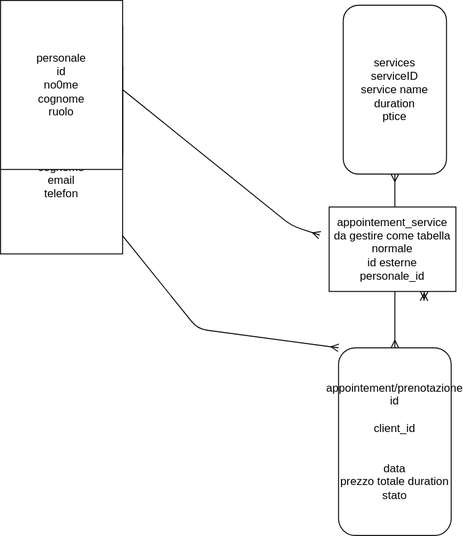
Before: Back-end-progetto/dbdesign.drawio.svg, a diagram exported from draw.io (RiccardoAD/epicode-full-stack-ptoject). Source tidied: cells renumbered, new cells last; positions are measured from the earlier drawing's top-left corner, leaving out a move shared by most shapes.
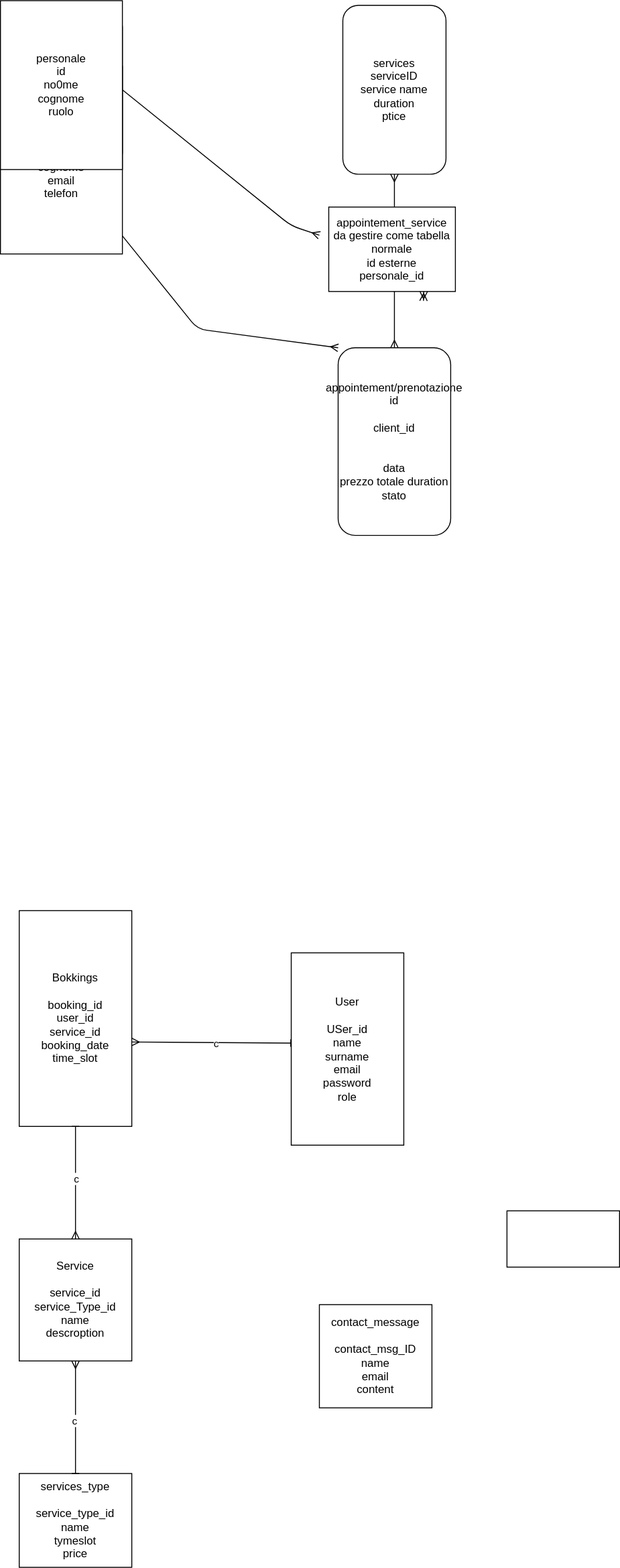
Above is the later version.

Change to the diagram source:
```diff
@@ -43,5 +43,34 @@
         </Array>
       </mxGeometry>
     </mxCell>
+    <mxCell id="12" value="Bokkings&lt;br&gt;&lt;br&gt;booking_id&lt;br&gt;user_id&lt;br&gt;service_id&lt;br&gt;booking_date&lt;br&gt;time_slot" style="whiteSpace=wrap;html=1;" parent="1" vertex="1">
+      <mxGeometry x="20" y="970" width="120" height="230" as="geometry" />
+    </mxCell>
+    <mxCell id="13" value="User&lt;br&gt;&lt;br&gt;USer_id&lt;br&gt;name&lt;br&gt;surname&lt;br&gt;email&lt;br&gt;password&lt;br&gt;role" style="whiteSpace=wrap;html=1;" parent="1" vertex="1">
+      <mxGeometry x="310" y="1015" width="120" height="205" as="geometry" />
+    </mxCell>
+    <mxCell id="14" value="contact_message&lt;br&gt;&lt;br&gt;contact_msg_ID&lt;br&gt;name&lt;br&gt;email&lt;br&gt;content" style="whiteSpace=wrap;html=1;" parent="1" vertex="1">
+      <mxGeometry x="340" y="1390" width="120" height="110" as="geometry" />
+    </mxCell>
+    <mxCell id="15" style="whiteSpace=wrap;html=1;" parent="1" vertex="1">
+      <mxGeometry x="540" y="1290" width="120" height="60" as="geometry" />
+    </mxCell>
+    <mxCell id="16" value="Service&lt;br&gt;&lt;br&gt;service_id&lt;br&gt;service_Type_id&lt;br&gt;name&amp;nbsp;&lt;br&gt;descroption" style="whiteSpace=wrap;html=1;" parent="1" vertex="1">
+      <mxGeometry x="20" y="1320" width="120" height="130" as="geometry" />
+    </mxCell>
+    <mxCell id="17" value="services_type&lt;br&gt;&lt;br&gt;service_type_id&lt;br&gt;name&lt;br&gt;tymeslot&lt;br&gt;price" style="whiteSpace=wrap;html=1;" parent="1" vertex="1">
+      <mxGeometry x="20" y="1570" width="120" height="100" as="geometry" />
+    </mxCell>
+    <mxCell id="18" value="c" style="edgeStyle=none;jettySize=auto;html=1;startArrow=ERmany;startFill=0;endArrow=baseDash;endFill=0;entryX=-0.004;entryY=0.469;entryDx=0;entryDy=0;entryPerimeter=0;" parent="1" edge="1" target="13">
+      <mxGeometry x="0.06" y="-1" relative="1" as="geometry">
+        <mxPoint x="140" y="1110" as="sourcePoint" />
+      </mxGeometry>
+    </mxCell>
+    <mxCell id="19" value="c" style="edgeStyle=none;jettySize=auto;html=1;startArrow=ERmany;startFill=0;endArrow=baseDash;endFill=0;entryX=0.5;entryY=1;entryDx=0;entryDy=0;exitX=0.5;exitY=0;exitDx=0;exitDy=0;" parent="1" edge="1" source="16" target="12">
+      <mxGeometry x="0.06" y="-1" relative="1" as="geometry" />
+    </mxCell>
+    <mxCell id="20" value="c" style="edgeStyle=none;jettySize=auto;html=1;startArrow=ERmany;startFill=0;endArrow=baseDash;endFill=0;entryX=0.5;entryY=0;entryDx=0;entryDy=0;exitX=0.5;exitY=1;exitDx=0;exitDy=0;" parent="1" edge="1" source="16" target="17">
+      <mxGeometry x="0.06" y="-1" relative="1" as="geometry" />
+    </mxCell>
   </root>
 </mxGraphModel>
```
